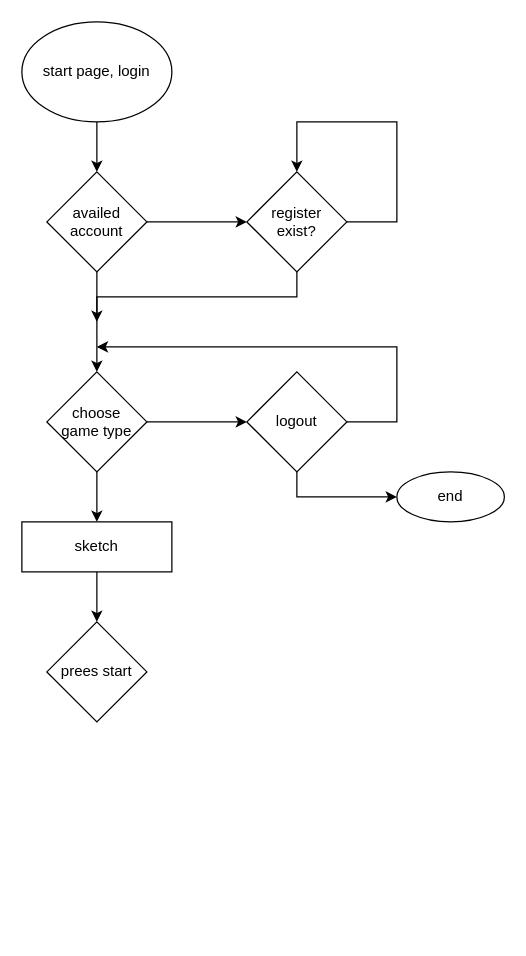
Before: 未命名绘图.drawio in wei0728/UML-diagram, a draw.io diagram. Source tidied: cells renumbered, new cells numbered last; positions are measured from the earlier drawing's top-left corner, leaving out a move shared by most shapes. Both pictures are drawn from the tidied source at 125%, with x=0, y=0 at pixel (21, 21).
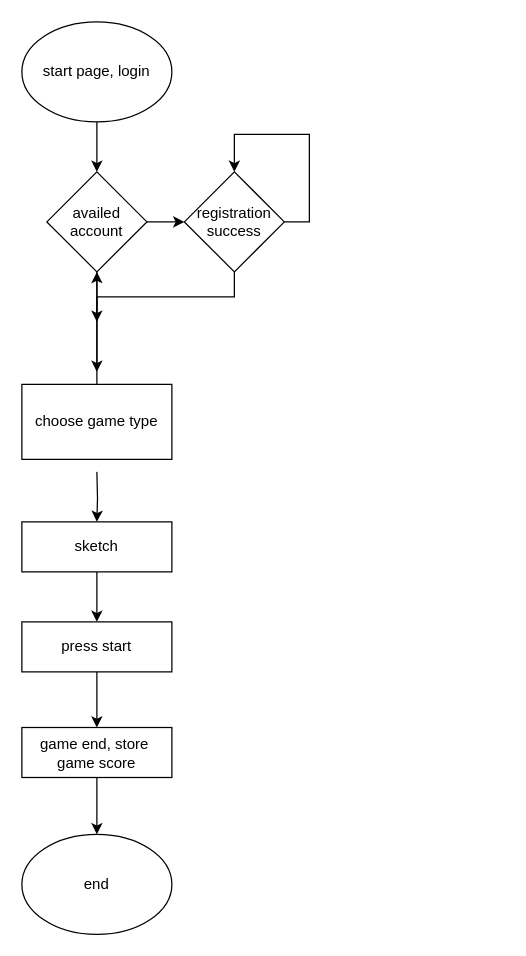
Above is the later version.

Commit message:
更新未命名绘图.drawio

The change refers to these unchanged cells:
```xml
<mxCell id="6" value="availed account" style="rhombus;whiteSpace=wrap;html=1;" parent="1" vertex="1">
  <mxGeometry x="20" y="120" width="80" height="80" as="geometry" />
</mxCell>
<mxCell id="17" value="sketch" style="whiteSpace=wrap;html=1;" parent="1" vertex="1">
  <mxGeometry y="400" width="120" height="40" as="geometry" />
</mxCell>
```

The edit, as a diff of the source:
```diff
@@
-    <mxCell id="4" style="edgeStyle=orthogonalEdgeStyle;rounded=0;jettySize=auto;html=1;" parent="1" edge="1" source="6" target="9">
-      <mxGeometry relative="1" as="geometry" />
+    <mxCell id="4" style="edgeStyle=orthogonalEdgeStyle;rounded=0;jettySize=auto;html=1;" parent="1" edge="1" source="6">
+      <mxGeometry relative="1" as="geometry">
+        <mxPoint x="60" y="280" as="targetPoint" />
+      </mxGeometry>
     </mxCell>
@@
-    <mxCell id="7" style="edgeStyle=orthogonalEdgeStyle;rounded=0;jettySize=auto;html=1;" parent="1" edge="1" source="9" target="15">
-      <mxGeometry relative="1" as="geometry" />
-    </mxCell>
-    <mxCell id="8" style="edgeStyle=orthogonalEdgeStyle;rounded=0;jettySize=auto;html=1;" parent="1" edge="1" source="9" target="17">
-      <mxGeometry relative="1" as="geometry" />
+    <mxCell id="8" style="edgeStyle=orthogonalEdgeStyle;rounded=0;jettySize=auto;html=1;" parent="1" edge="1" target="17">
+      <mxGeometry relative="1" as="geometry">
+        <mxPoint x="60" y="360" as="sourcePoint" />
+      </mxGeometry>
     </mxCell>
-    <mxCell id="9" value="choose &lt;br&gt;game type" style="rhombus;whiteSpace=wrap;html=1;" parent="1" vertex="1">
-      <mxGeometry x="20" y="280" width="80" height="80" as="geometry" />
-    </mxCell>
     <mxCell id="10" style="edgeStyle=orthogonalEdgeStyle;rounded=0;jettySize=auto;html=1;" parent="1" edge="1" source="12">
       <mxGeometry relative="1" as="geometry">
         <mxPoint x="60" y="240" as="targetPoint" />
         <Array as="points">
-          <mxPoint x="220" y="220" />
+          <mxPoint x="170" y="220" />
           <mxPoint x="60" y="220" />
         </Array>
       </mxGeometry>
     </mxCell>
     <mxCell id="11" style="edgeStyle=orthogonalEdgeStyle;rounded=0;orthogonalLoop=1;jettySize=auto;html=1;entryX=0;entryY=0.5;entryDx=0;entryDy=0;" parent="1" edge="1" source="12" target="12">
       <mxGeometry relative="1" as="geometry">
         <Array as="points">
-          <mxPoint x="300" y="160" />
-          <mxPoint x="300" y="80" />
-          <mxPoint x="220" y="80" />
+          <mxPoint x="230" y="160" />
+          <mxPoint x="230" y="90" />
+          <mxPoint x="170" y="90" />
         </Array>
       </mxGeometry>
     </mxCell>
-    <mxCell id="12" value="register&lt;br&gt;exist?" style="rhombus;whiteSpace=wrap;html=1;direction=south;" parent="1" vertex="1">
-      <mxGeometry x="180" y="120" width="80" height="80" as="geometry" />
+    <mxCell id="12" value="registration success" style="rhombus;whiteSpace=wrap;html=1;direction=south;" parent="1" vertex="1">
+      <mxGeometry x="130" y="120" width="80" height="80" as="geometry" />
     </mxCell>
-    <mxCell id="13" style="edgeStyle=orthogonalEdgeStyle;rounded=0;jettySize=auto;html=1;" parent="1" edge="1" source="15">
-      <mxGeometry relative="1" as="geometry">
-        <mxPoint x="60" y="260" as="targetPoint" />
-        <Array as="points">
-          <mxPoint x="300" y="320" />
-          <mxPoint x="300" y="260" />
-        </Array>
-      </mxGeometry>
-    </mxCell>
-    <mxCell id="14" style="edgeStyle=orthogonalEdgeStyle;rounded=0;jettySize=auto;html=1;entryX=0;entryY=0.5;entryDx=0;entryDy=0;" parent="1" edge="1" source="15" target="19">
-      <mxGeometry relative="1" as="geometry">
-        <Array as="points">
-          <mxPoint x="220" y="380" />
-        </Array>
-      </mxGeometry>
-    </mxCell>
-    <mxCell id="15" value="logout" style="rhombus;whiteSpace=wrap;html=1;" parent="1" vertex="1">
-      <mxGeometry x="180" y="280" width="80" height="80" as="geometry" />
-    </mxCell>
-    <mxCell id="16" style="edgeStyle=orthogonalEdgeStyle;rounded=0;jettySize=auto;html=1;" parent="1" edge="1" source="17" target="18">
-      <mxGeometry relative="1" as="geometry" />
+    <mxCell id="16" style="edgeStyle=orthogonalEdgeStyle;rounded=0;jettySize=auto;html=1;" parent="1" edge="1" source="17">
+      <mxGeometry relative="1" as="geometry">
+        <mxPoint x="60" y="480" as="targetPoint" />
+      </mxGeometry>
     </mxCell>
@@
-    <mxCell id="18" value="prees start" style="rhombus;whiteSpace=wrap;html=1;" parent="1" vertex="1">
-      <mxGeometry x="20" y="480" width="80" height="80" as="geometry" />
-    </mxCell>
+    <mxCell id="20" style="edgeStyle=orthogonalEdgeStyle;rounded=0;jettySize=auto;html=1;" parent="1" edge="1" source="9" target="6">
+      <mxGeometry relative="1" as="geometry" />
+    </mxCell>
+    <mxCell id="9" value="choose game type" style="rounded=0;whiteSpace=wrap;html=1;" parent="1" vertex="1">
+      <mxGeometry y="290" width="120" height="60" as="geometry" />
+    </mxCell>
+    <mxCell id="21" style="edgeStyle=orthogonalEdgeStyle;rounded=0;jettySize=auto;html=1;" parent="1" edge="1" source="22" target="24">
+      <mxGeometry relative="1" as="geometry" />
+    </mxCell>
+    <mxCell id="22" value="press start" style="whiteSpace=wrap;html=1;" parent="1" vertex="1">
+      <mxGeometry y="480" width="120" height="40" as="geometry" />
+    </mxCell>
+    <mxCell id="23" style="edgeStyle=orthogonalEdgeStyle;rounded=0;jettySize=auto;html=1;" parent="1" edge="1" source="24" target="19">
+      <mxGeometry relative="1" as="geometry" />
+    </mxCell>
+    <mxCell id="24" value="game end, store&amp;nbsp;&lt;br&gt;game score" style="whiteSpace=wrap;html=1;" parent="1" vertex="1">
+      <mxGeometry y="564.5" width="120" height="40" as="geometry" />
+    </mxCell>
     <mxCell id="19" value="end" style="ellipse;whiteSpace=wrap;html=1;" parent="1" vertex="1">
-      <mxGeometry x="300" y="360" width="86" height="40" as="geometry" />
+      <mxGeometry y="650" width="120" height="80" as="geometry" />
     </mxCell>
```
